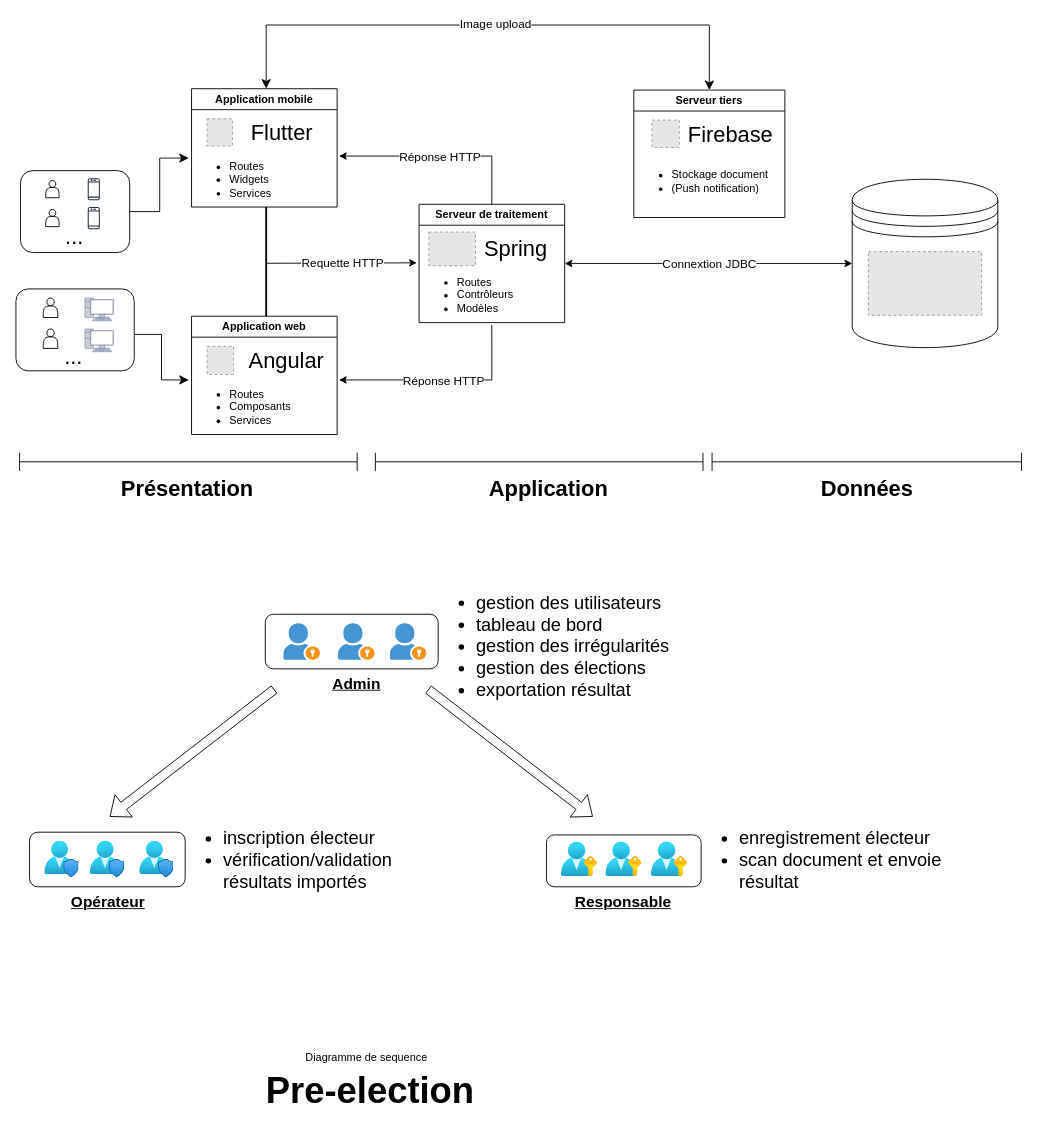
This is Architecture.drawio from w41k4z/vote-sync, a draw.io file, before an edit. Source tidied: cells renumbered, new cells numbered last; positions are measured from the earlier drawing's top-left corner, leaving out a move shared by most shapes. Both pictures are drawn from the tidied source at 91%, with x=0, y=0 at pixel (15, 25). Pictures stored in the file or linked from it are replaced by grey dashed boxes.
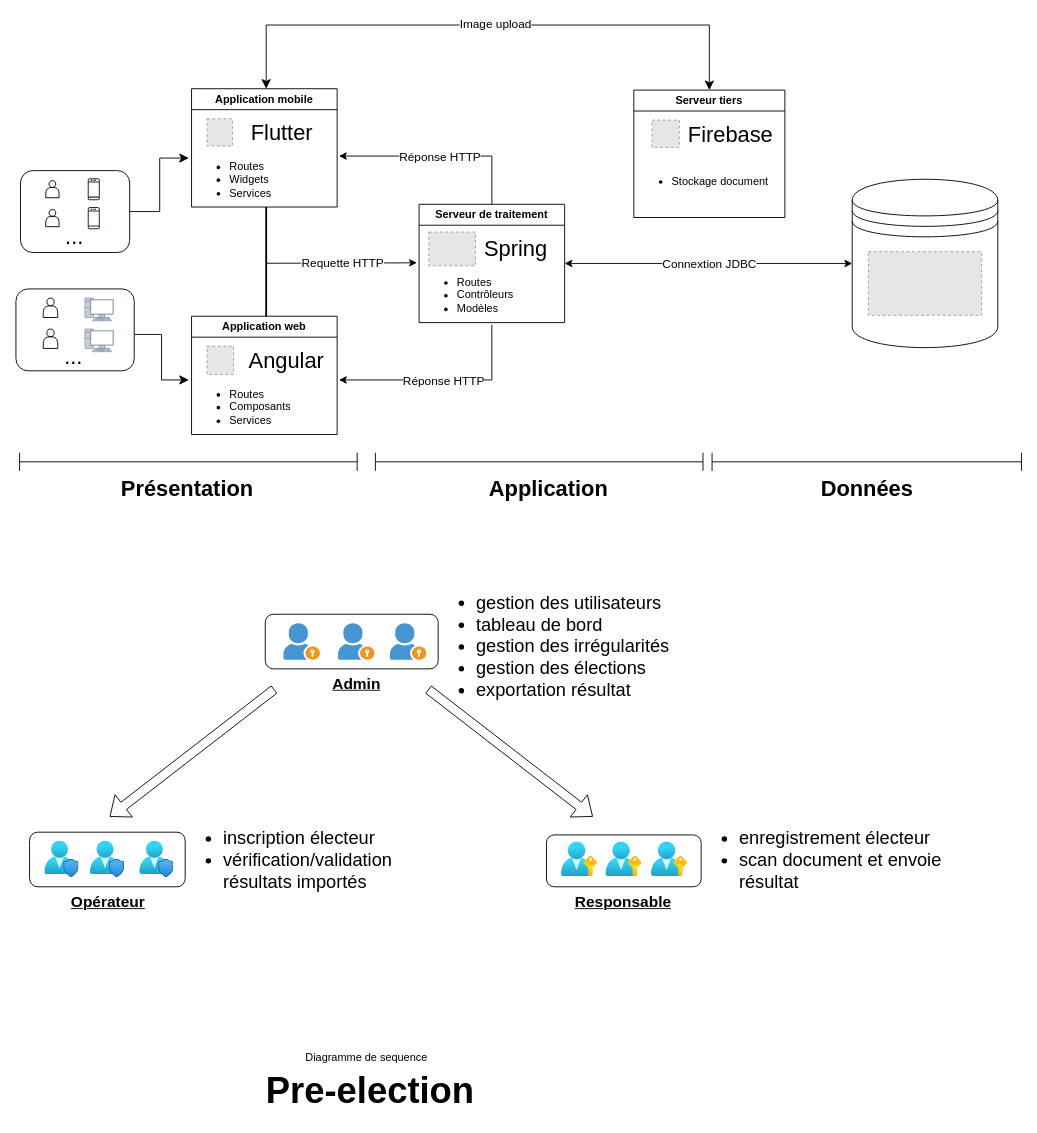
After the change.

The change refers to these unchanged cells:
```xml
<mxCell id="56" value="Serveur tiers" style="swimlane;whiteSpace=wrap;html=1;" parent="1" vertex="1">
  <mxGeometry x="679" y="71.5" width="166" height="140" as="geometry" />
</mxCell>
```

The edit, as a diff of the source:
```diff
@@
-    <mxCell id="57" value="&lt;ul&gt;&lt;li&gt;Stockage document&lt;/li&gt;&lt;li&gt;(Push notification)&lt;/li&gt;&lt;/ul&gt;" style="text;strokeColor=none;fillColor=none;html=1;whiteSpace=wrap;verticalAlign=middle;overflow=hidden;" parent="56" vertex="1">
+    <mxCell id="57" value="&lt;ul&gt;&lt;li&gt;Stockage document&lt;/li&gt;&lt;/ul&gt;" style="text;strokeColor=none;fillColor=none;html=1;whiteSpace=wrap;verticalAlign=middle;overflow=hidden;" parent="56" vertex="1">
       <mxGeometry y="60" width="160" height="80" as="geometry" />
     </mxCell>
```
